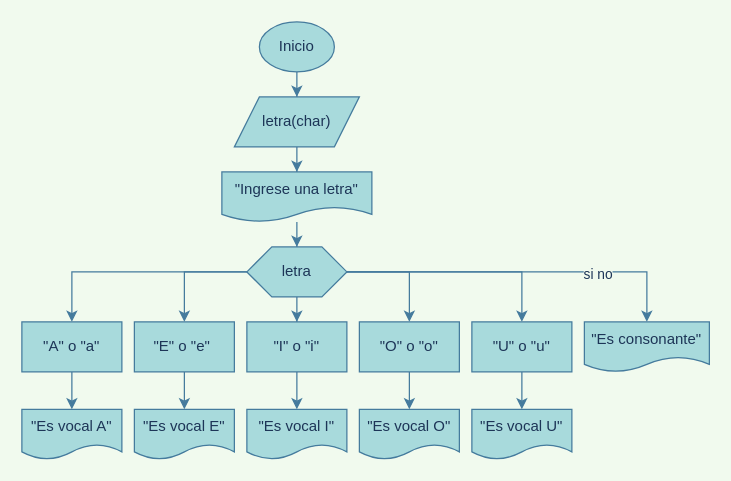
Before: 7. ESTRUCTURAS/ejercicio switch dias semana.drawio in zeth789/Pensamiento_computacional, a draw.io diagram. Source tidied: cells renumbered, new cells numbered last; positions are measured from the earlier drawing's top-left corner, leaving out a move shared by most shapes. Both pictures are drawn from the tidied source at 125%, with x=0, y=0 at pixel (21, 21).
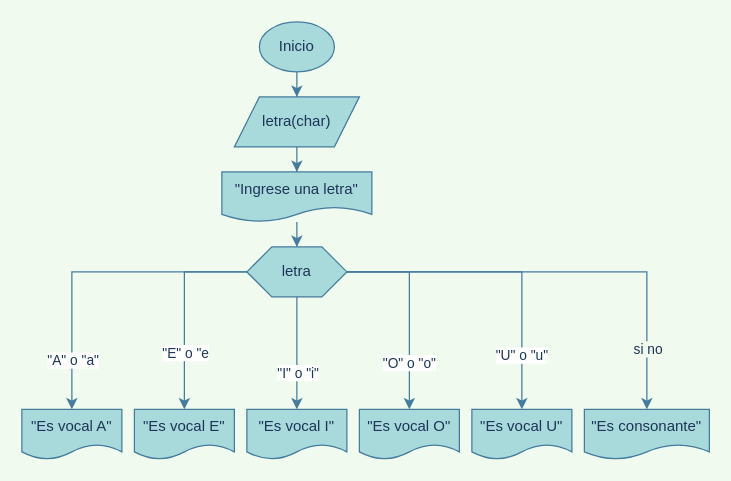
After the change.

Unchanged cells that the change refers to:
```xml
<mxCell id="13" style="edgeStyle=orthogonalEdgeStyle;rounded=0;jettySize=auto;html=1;strokeColor=#457B9D;fontColor=#1D3557;labelBackgroundColor=#F1FAEE;" parent="1" edge="1" source="15" target="31">
  <mxGeometry relative="1" as="geometry" />
</mxCell>
<mxCell id="15" value="letra" style="shape=hexagon;perimeter=hexagonPerimeter2;whiteSpace=wrap;html=1;fixedSize=1;fillColor=#A8DADC;strokeColor=#457B9D;fontColor=#1D3557;" parent="1" vertex="1">
  <mxGeometry x="180" y="180" width="80" height="40" as="geometry" />
</mxCell>
<mxCell id="20" value="&quot;Es vocal A&quot;" style="shape=document;whiteSpace=wrap;html=1;boundedLbl=1;fillColor=#A8DADC;strokeColor=#457B9D;fontColor=#1D3557;" parent="1" vertex="1">
  <mxGeometry y="310" width="80" height="40" as="geometry" />
</mxCell>
<mxCell id="21" value="&quot;Es vocal E&quot;" style="shape=document;whiteSpace=wrap;html=1;boundedLbl=1;fillColor=#A8DADC;strokeColor=#457B9D;fontColor=#1D3557;" parent="1" vertex="1">
  <mxGeometry x="90" y="310" width="80" height="40" as="geometry" />
</mxCell>
<mxCell id="24" value="&quot;Es vocal I&quot;" style="shape=document;whiteSpace=wrap;html=1;boundedLbl=1;fillColor=#A8DADC;strokeColor=#457B9D;fontColor=#1D3557;" parent="1" vertex="1">
  <mxGeometry x="180" y="310" width="80" height="40" as="geometry" />
</mxCell>
<mxCell id="27" value="&quot;Es vocal O&quot;" style="shape=document;whiteSpace=wrap;html=1;boundedLbl=1;fillColor=#A8DADC;strokeColor=#457B9D;fontColor=#1D3557;" parent="1" vertex="1">
  <mxGeometry x="270" y="310" width="80" height="40" as="geometry" />
</mxCell>
<mxCell id="30" value="&quot;Es vocal U&quot;" style="shape=document;whiteSpace=wrap;html=1;boundedLbl=1;fillColor=#A8DADC;strokeColor=#457B9D;fontColor=#1D3557;" parent="1" vertex="1">
  <mxGeometry x="360" y="310" width="80" height="40" as="geometry" />
</mxCell>
```

The edit, as a diff of the source:
```diff
@@
-    <mxCell id="8" style="edgeStyle=orthogonalEdgeStyle;rounded=0;jettySize=auto;html=1;strokeColor=#457B9D;fontColor=#1D3557;labelBackgroundColor=#F1FAEE;" parent="1" edge="1" source="15" target="17">
+    <mxCell id="8" style="edgeStyle=orthogonalEdgeStyle;rounded=0;jettySize=auto;html=1;strokeColor=#457B9D;fontColor=#1D3557;labelBackgroundColor=#F1FAEE;entryX=0.5;entryY=0;entryDx=0;entryDy=0;" parent="1" edge="1" source="15" target="20">
       <mxGeometry relative="1" as="geometry" />
     </mxCell>
+    <mxCell id="17" value="&quot;A&quot; o &quot;a&quot;" style="edgeLabel;html=1;align=center;verticalAlign=middle;points=[];fontColor=#1D3557;" parent="8" vertex="1">
+      <mxGeometry x="0.68" relative="1" as="geometry" />
+    </mxCell>
-    <mxCell id="9" style="edgeStyle=orthogonalEdgeStyle;rounded=0;jettySize=auto;html=1;strokeColor=#457B9D;fontColor=#1D3557;labelBackgroundColor=#F1FAEE;" parent="1" edge="1" source="15" target="19">
+    <mxCell id="9" style="edgeStyle=orthogonalEdgeStyle;rounded=0;jettySize=auto;html=1;strokeColor=#457B9D;fontColor=#1D3557;labelBackgroundColor=#F1FAEE;entryX=0.5;entryY=0;entryDx=0;entryDy=0;" parent="1" edge="1" source="15" target="21">
       <mxGeometry relative="1" as="geometry" />
     </mxCell>
+    <mxCell id="32" value="&quot;E&quot; o &quot;e" style="edgeLabel;html=1;align=center;verticalAlign=middle;fontColor=#1D3557;" parent="9" vertex="1">
+      <mxGeometry x="0.43" relative="1" as="geometry" />
+    </mxCell>
-    <mxCell id="10" style="edgeStyle=orthogonalEdgeStyle;rounded=0;jettySize=auto;html=1;strokeColor=#457B9D;fontColor=#1D3557;labelBackgroundColor=#F1FAEE;" parent="1" edge="1" source="15" target="23">
+    <mxCell id="10" style="edgeStyle=orthogonalEdgeStyle;rounded=0;jettySize=auto;html=1;strokeColor=#457B9D;fontColor=#1D3557;labelBackgroundColor=#F1FAEE;entryX=0.5;entryY=0;entryDx=0;entryDy=0;" parent="1" edge="1" source="15" target="24">
       <mxGeometry relative="1" as="geometry" />
     </mxCell>
+    <mxCell id="23" value="&quot;I&quot; o &quot;i&quot;" style="edgeLabel;html=1;align=center;verticalAlign=middle;points=[];fontColor=#1D3557;" parent="10" vertex="1">
+      <mxGeometry x="0.34" relative="1" as="geometry" />
+    </mxCell>
-    <mxCell id="11" style="edgeStyle=orthogonalEdgeStyle;rounded=0;jettySize=auto;html=1;strokeColor=#457B9D;fontColor=#1D3557;labelBackgroundColor=#F1FAEE;" parent="1" edge="1" source="15" target="26">
+    <mxCell id="11" style="edgeStyle=orthogonalEdgeStyle;rounded=0;jettySize=auto;html=1;strokeColor=#457B9D;fontColor=#1D3557;labelBackgroundColor=#F1FAEE;entryX=0.5;entryY=0;entryDx=0;entryDy=0;" parent="1" edge="1" source="15" target="27">
       <mxGeometry relative="1" as="geometry" />
     </mxCell>
+    <mxCell id="26" value="&quot;O&quot; o &quot;o&quot;" style="edgeLabel;html=1;align=center;verticalAlign=middle;points=[];fontColor=#1D3557;" parent="11" vertex="1">
+      <mxGeometry x="0.53" y="-1" relative="1" as="geometry" />
+    </mxCell>
-    <mxCell id="12" style="edgeStyle=orthogonalEdgeStyle;rounded=0;jettySize=auto;html=1;strokeColor=#457B9D;fontColor=#1D3557;labelBackgroundColor=#F1FAEE;" parent="1" edge="1" source="15" target="29">
+    <mxCell id="12" style="edgeStyle=orthogonalEdgeStyle;rounded=0;jettySize=auto;html=1;strokeColor=#457B9D;fontColor=#1D3557;labelBackgroundColor=#F1FAEE;entryX=0.5;entryY=0;entryDx=0;entryDy=0;" parent="1" edge="1" source="15" target="30">
       <mxGeometry relative="1" as="geometry" />
     </mxCell>
+    <mxCell id="29" value="&quot;U&quot; o &quot;u&quot;" style="edgeLabel;html=1;align=center;verticalAlign=middle;points=[];fontColor=#1D3557;" parent="12" vertex="1">
+      <mxGeometry x="0.65" y="-1" relative="1" as="geometry" />
+    </mxCell>
@@
     <mxCell id="14" value="si no" style="edgeLabel;html=1;align=center;verticalAlign=middle;fontColor=#1D3557;labelBackgroundColor=#F1FAEE;" parent="13" vertex="1">
-      <mxGeometry x="0.43" y="-1" relative="1" as="geometry" />
+      <mxGeometry x="0.43" y="-1" relative="1" as="geometry">
+        <mxPoint x="1" y="51" as="offset" />
+      </mxGeometry>
     </mxCell>
@@
-    <mxCell id="16" style="edgeStyle=orthogonalEdgeStyle;rounded=0;jettySize=auto;html=1;strokeColor=#457B9D;fontColor=#1D3557;labelBackgroundColor=#F1FAEE;" parent="1" edge="1" source="17" target="20">
-      <mxGeometry relative="1" as="geometry" />
-    </mxCell>
-    <mxCell id="17" value="&quot;A&quot; o &quot;a&quot;" style="whiteSpace=wrap;html=1;fillColor=#A8DADC;strokeColor=#457B9D;fontColor=#1D3557;" parent="1" vertex="1">
-      <mxGeometry y="240" width="80" height="40" as="geometry" />
-    </mxCell>
-    <mxCell id="18" style="edgeStyle=orthogonalEdgeStyle;rounded=0;jettySize=auto;html=1;strokeColor=#457B9D;fontColor=#1D3557;labelBackgroundColor=#F1FAEE;" parent="1" edge="1" source="19" target="21">
-      <mxGeometry relative="1" as="geometry" />
-    </mxCell>
-    <mxCell id="19" value="&quot;E&quot; o &quot;e&quot;&amp;nbsp;" style="whiteSpace=wrap;html=1;fillColor=#A8DADC;strokeColor=#457B9D;fontColor=#1D3557;" parent="1" vertex="1">
-      <mxGeometry x="90" y="240" width="80" height="40" as="geometry" />
-    </mxCell>
@@
-    <mxCell id="22" style="edgeStyle=orthogonalEdgeStyle;rounded=0;jettySize=auto;html=1;strokeColor=#457B9D;fontColor=#1D3557;labelBackgroundColor=#F1FAEE;" parent="1" edge="1" source="23" target="24">
-      <mxGeometry relative="1" as="geometry" />
-    </mxCell>
-    <mxCell id="23" value="&quot;I&quot; o &quot;i&quot;" style="whiteSpace=wrap;html=1;fillColor=#A8DADC;strokeColor=#457B9D;fontColor=#1D3557;" parent="1" vertex="1">
-      <mxGeometry x="180" y="240" width="80" height="40" as="geometry" />
-    </mxCell>
@@
-    <mxCell id="25" style="edgeStyle=orthogonalEdgeStyle;rounded=0;jettySize=auto;html=1;strokeColor=#457B9D;fontColor=#1D3557;labelBackgroundColor=#F1FAEE;" parent="1" edge="1" source="26" target="27">
-      <mxGeometry relative="1" as="geometry" />
-    </mxCell>
-    <mxCell id="26" value="&quot;O&quot; o &quot;o&quot;" style="whiteSpace=wrap;html=1;fillColor=#A8DADC;strokeColor=#457B9D;fontColor=#1D3557;" parent="1" vertex="1">
-      <mxGeometry x="270" y="240" width="80" height="40" as="geometry" />
-    </mxCell>
@@
-    <mxCell id="28" style="edgeStyle=orthogonalEdgeStyle;rounded=0;jettySize=auto;html=1;strokeColor=#457B9D;fontColor=#1D3557;labelBackgroundColor=#F1FAEE;" parent="1" edge="1" source="29" target="30">
-      <mxGeometry relative="1" as="geometry" />
-    </mxCell>
-    <mxCell id="29" value="&quot;U&quot; o &quot;u&quot;" style="whiteSpace=wrap;html=1;fillColor=#A8DADC;strokeColor=#457B9D;fontColor=#1D3557;" parent="1" vertex="1">
-      <mxGeometry x="360" y="240" width="80" height="40" as="geometry" />
-    </mxCell>
@@
     <mxCell id="31" value="&quot;Es consonante&quot;" style="shape=document;whiteSpace=wrap;html=1;boundedLbl=1;fillColor=#A8DADC;strokeColor=#457B9D;fontColor=#1D3557;" parent="1" vertex="1">
-      <mxGeometry x="450" y="240" width="100" height="40" as="geometry" />
+      <mxGeometry x="450" y="310" width="100" height="40" as="geometry" />
     </mxCell>
```
